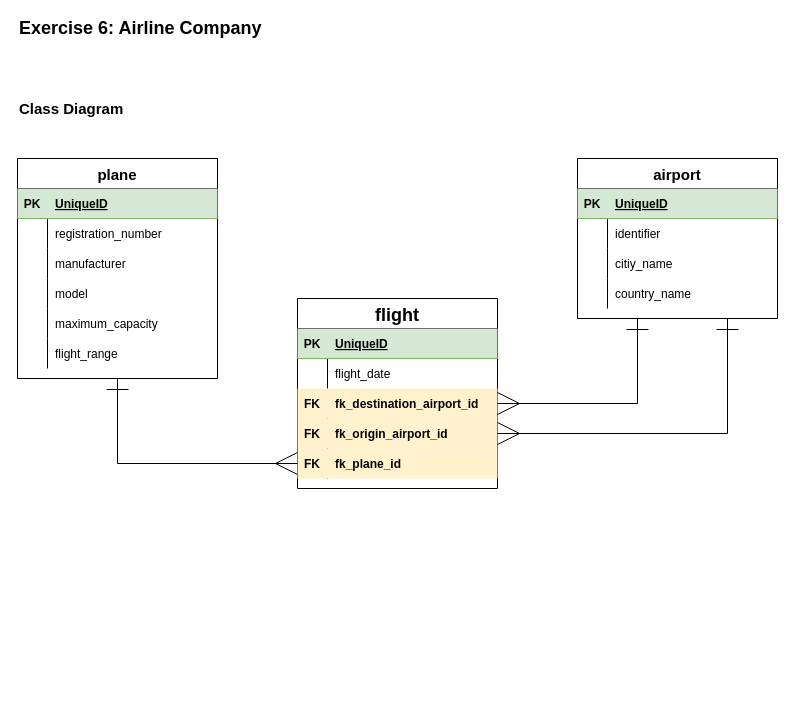
The draw.io diagram concept/Untitled Diagram.drawio in mbalabanov/CF-BE1-DB, before the edit. Source tidied: cells renumbered, new cells numbered last; positions are measured from the earlier drawing's top-left corner, leaving out a move shared by most shapes. Both pictures are drawn from the tidied source at 100%, with x=0, y=0 at pixel (17, 18).
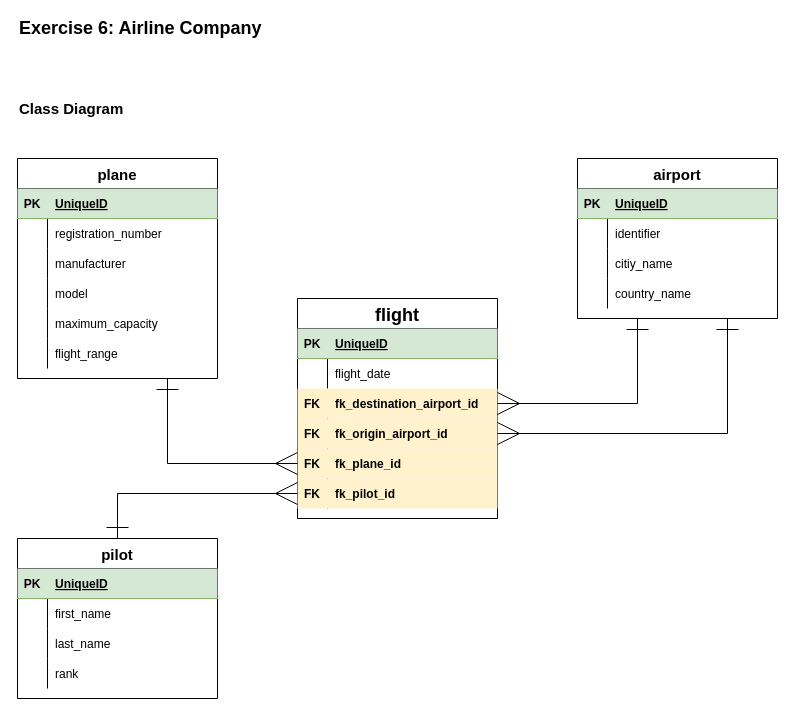
The same diagram, later.

The change refers to these unchanged cells:
```xml
<mxCell id="16" style="shape=partialRectangle;fillColor=#fff2cc;top=0;left=0;bottom=0;right=0;points=[[0,0.5],[1,0.5]];portConstraint=eastwest;strokeColor=#d6b656;" parent="3" vertex="1">
  <mxGeometry y="150" width="200" height="30" as="geometry" />
</mxCell>
<mxCell id="21" value="plane" style="shape=table;startSize=30;childLayout=tableLayout;rowLines=0;fontStyle=1;align=center;fontSize=15;" parent="1" vertex="1">
  <mxGeometry y="140" width="200" height="220" as="geometry" />
</mxCell>
```

The edit, as a diff of the source:
```diff
@@
     <mxCell id="3" value="flight" style="shape=table;startSize=30;childLayout=tableLayout;rowLines=0;fontStyle=1;align=center;fontSize=18;" parent="1" vertex="1">
-      <mxGeometry x="280" y="280" width="200" height="190" as="geometry" />
+      <mxGeometry x="280" y="280" width="200" height="220" as="geometry" />
     </mxCell>
@@
+    <mxCell id="55" style="shape=partialRectangle;fillColor=#fff2cc;top=0;left=0;bottom=0;right=0;points=[[0,0.5],[1,0.5]];portConstraint=eastwest;strokeColor=#d6b656;" parent="3" vertex="1">
+      <mxGeometry y="180" width="200" height="30" as="geometry" />
+    </mxCell>
+    <mxCell id="56" value="FK" style="shape=partialRectangle;fillColor=none;top=0;left=0;bottom=0;right=0;overflow=hidden;fontStyle=1;" parent="55" vertex="1">
+      <mxGeometry width="30" height="30" as="geometry" />
+    </mxCell>
+    <mxCell id="57" value="fk_pilot_id" style="shape=partialRectangle;fillColor=none;top=0;left=0;bottom=0;right=0;align=left;spacingLeft=6;overflow=hidden;fontStyle=1;" parent="55" vertex="1">
+      <mxGeometry x="30" width="170" height="30" as="geometry" />
+    </mxCell>
@@
     <mxCell id="20" style="edgeStyle=orthogonalEdgeStyle;rounded=0;jettySize=auto;html=1;entryX=0;entryY=0.5;entryDx=0;entryDy=0;fontSize=15;endArrow=ERmany;endFill=0;startArrow=ERone;startFill=0;endSize=20;startSize=20;" parent="1" edge="1" source="21" target="16">
-      <mxGeometry relative="1" as="geometry" />
+      <mxGeometry relative="1" as="geometry">
+        <Array as="points">
+          <mxPoint x="150" y="445" />
+        </Array>
+      </mxGeometry>
     </mxCell>
@@
+    <mxCell id="58" style="edgeStyle=orthogonalEdgeStyle;rounded=0;jettySize=auto;html=1;entryX=0;entryY=0.5;entryDx=0;entryDy=0;startArrow=ERone;startFill=0;startSize=20;endArrow=ERmany;endFill=0;endSize=20;fontSize=15;" parent="1" edge="1" source="59" target="55">
+      <mxGeometry relative="1" as="geometry" />
+    </mxCell>
+    <mxCell id="59" value="pilot" style="shape=table;startSize=30;childLayout=tableLayout;rowLines=0;fontStyle=1;align=center;fontSize=15;" parent="1" vertex="1">
+      <mxGeometry y="520" width="200" height="160" as="geometry" />
+    </mxCell>
+    <mxCell id="60" style="shape=partialRectangle;fillColor=#d5e8d4;top=0;left=0;bottom=1;right=0;strokeColor=#82b366;" parent="59" vertex="1">
+      <mxGeometry y="30" width="200" height="30" as="geometry" />
+    </mxCell>
+    <mxCell id="61" value="PK" style="shape=partialRectangle;fillColor=none;top=0;left=0;bottom=0;right=0;fontStyle=1;overflow=hidden;" parent="60" vertex="1">
+      <mxGeometry width="30" height="30" as="geometry" />
+    </mxCell>
+    <mxCell id="62" value="UniqueID" style="shape=partialRectangle;fillColor=none;top=0;left=0;bottom=0;right=0;align=left;spacingLeft=6;fontStyle=5;overflow=hidden;" parent="60" vertex="1">
+      <mxGeometry x="30" width="170" height="30" as="geometry" />
+    </mxCell>
+    <mxCell id="63" style="shape=partialRectangle;fillColor=none;top=0;left=0;bottom=0;right=0;" parent="59" vertex="1">
+      <mxGeometry y="60" width="200" height="30" as="geometry" />
+    </mxCell>
+    <mxCell id="64" style="shape=partialRectangle;fillColor=none;top=0;left=0;bottom=0;right=0;overflow=hidden;" parent="63" vertex="1">
+      <mxGeometry width="30" height="30" as="geometry" />
+    </mxCell>
+    <mxCell id="65" value="first_name" style="shape=partialRectangle;fillColor=none;top=0;left=0;bottom=0;right=0;align=left;spacingLeft=6;overflow=hidden;" parent="63" vertex="1">
+      <mxGeometry x="30" width="170" height="30" as="geometry" />
+    </mxCell>
+    <mxCell id="66" style="shape=partialRectangle;fillColor=none;top=0;left=0;bottom=0;right=0;" parent="59" vertex="1">
+      <mxGeometry y="90" width="200" height="30" as="geometry" />
+    </mxCell>
+    <mxCell id="67" style="shape=partialRectangle;fillColor=none;top=0;left=0;bottom=0;right=0;overflow=hidden;" parent="66" vertex="1">
+      <mxGeometry width="30" height="30" as="geometry" />
+    </mxCell>
+    <mxCell id="68" value="last_name" style="shape=partialRectangle;fillColor=none;top=0;left=0;bottom=0;right=0;align=left;spacingLeft=6;overflow=hidden;" parent="66" vertex="1">
+      <mxGeometry x="30" width="170" height="30" as="geometry" />
+    </mxCell>
+    <mxCell id="69" style="shape=partialRectangle;fillColor=none;top=0;left=0;bottom=0;right=0;" parent="59" vertex="1">
+      <mxGeometry y="120" width="200" height="30" as="geometry" />
+    </mxCell>
+    <mxCell id="70" style="shape=partialRectangle;fillColor=none;top=0;left=0;bottom=0;right=0;overflow=hidden;" parent="69" vertex="1">
+      <mxGeometry width="30" height="30" as="geometry" />
+    </mxCell>
+    <mxCell id="71" value="rank" style="shape=partialRectangle;fillColor=none;top=0;left=0;bottom=0;right=0;align=left;spacingLeft=6;overflow=hidden;" parent="69" vertex="1">
+      <mxGeometry x="30" width="170" height="30" as="geometry" />
+    </mxCell>
```
